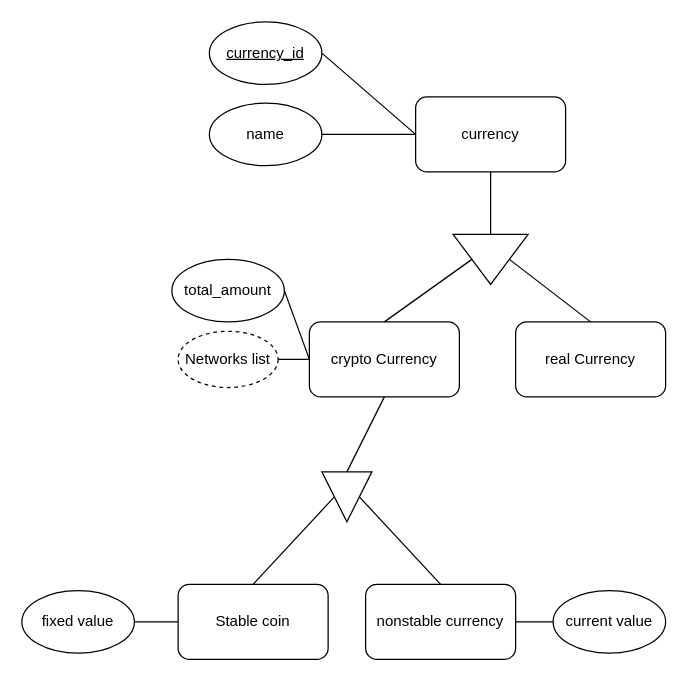
The draw.io diagram Phase1/ERDs/Components/currency.drawio in maniebra/dbms-exchange-project, before the edit. Source tidied: cells renumbered, new cells numbered last; positions are measured from the earlier drawing's top-left corner, leaving out a move shared by most shapes. Both pictures are drawn from the tidied source at 125%, with x=0, y=0 at pixel (21, 21).
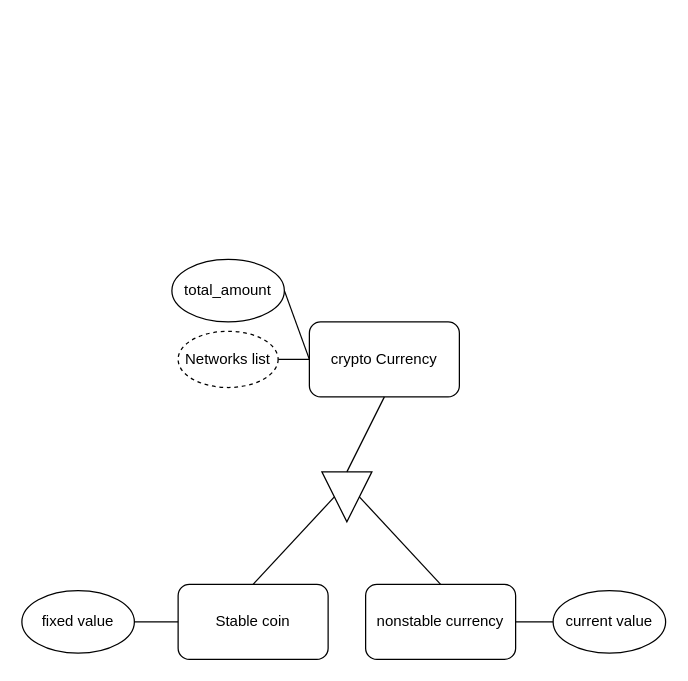
Above is the later version.

Unchanged cells that the change refers to:
```xml
<mxCell id="5" value="crypto Currency" style="rounded=1;whiteSpace=wrap;html=1;" parent="1" vertex="1">
  <mxGeometry x="230" y="240" width="120" height="60" as="geometry" />
</mxCell>
```

The edit, as a diff of the source:
```diff
@@
-    <mxCell id="2" value="currency" style="rounded=1;whiteSpace=wrap;html=1;" parent="1" vertex="1">
-      <mxGeometry x="315" y="60" width="120" height="60" as="geometry" />
-    </mxCell>
-    <mxCell id="3" value="name" style="ellipse;whiteSpace=wrap;html=1;" parent="1" vertex="1">
-      <mxGeometry x="150" y="65" width="90" height="50" as="geometry" />
-    </mxCell>
@@
-    <mxCell id="6" value="real Currency" style="rounded=1;whiteSpace=wrap;html=1;" parent="1" vertex="1">
-      <mxGeometry x="395" y="240" width="120" height="60" as="geometry" />
-    </mxCell>
-    <mxCell id="7" style="triangle;whiteSpace=wrap;html=1;direction=south;" parent="1" vertex="1">
-      <mxGeometry x="345" y="170" width="60" height="40" as="geometry" />
-    </mxCell>
@@
-    <mxCell id="13" style="endArrow=none;html=1;rounded=0;entryX=1;entryY=0.5;entryDx=0;entryDy=0;exitX=0;exitY=0.5;exitDx=0;exitDy=0;" parent="1" edge="1" source="2" target="3">
-      <mxGeometry relative="1" as="geometry" />
-    </mxCell>
-    <mxCell id="14" style="endArrow=none;html=1;rounded=0;exitX=0.5;exitY=0;exitDx=0;exitDy=0;entryX=0.5;entryY=1;entryDx=0;entryDy=0;" parent="1" edge="1" source="5" target="7">
-      <mxGeometry relative="1" as="geometry" />
-    </mxCell>
-    <mxCell id="15" style="endArrow=none;html=1;rounded=0;entryX=0.5;entryY=0;entryDx=0;entryDy=0;exitX=0.5;exitY=0;exitDx=0;exitDy=0;" parent="1" edge="1" source="6" target="7">
-      <mxGeometry relative="1" as="geometry" />
-    </mxCell>
@@
-    <mxCell id="17" style="endArrow=none;html=1;rounded=0;entryX=0;entryY=0.5;entryDx=0;entryDy=0;exitX=0.5;exitY=1;exitDx=0;exitDy=0;" parent="1" edge="1" source="2" target="7">
-      <mxGeometry relative="1" as="geometry" />
-    </mxCell>
@@
-    <mxCell id="25" value="&lt;u&gt;currency_id&lt;/u&gt;" style="ellipse;whiteSpace=wrap;html=1;" parent="1" vertex="1">
-      <mxGeometry x="150" width="90" height="50" as="geometry" />
-    </mxCell>
-    <mxCell id="26" style="endArrow=none;html=1;rounded=0;entryX=1;entryY=0.5;entryDx=0;entryDy=0;exitX=0;exitY=0.5;exitDx=0;exitDy=0;" parent="1" edge="1" source="2" target="25">
-      <mxGeometry relative="1" as="geometry" />
-    </mxCell>
```
